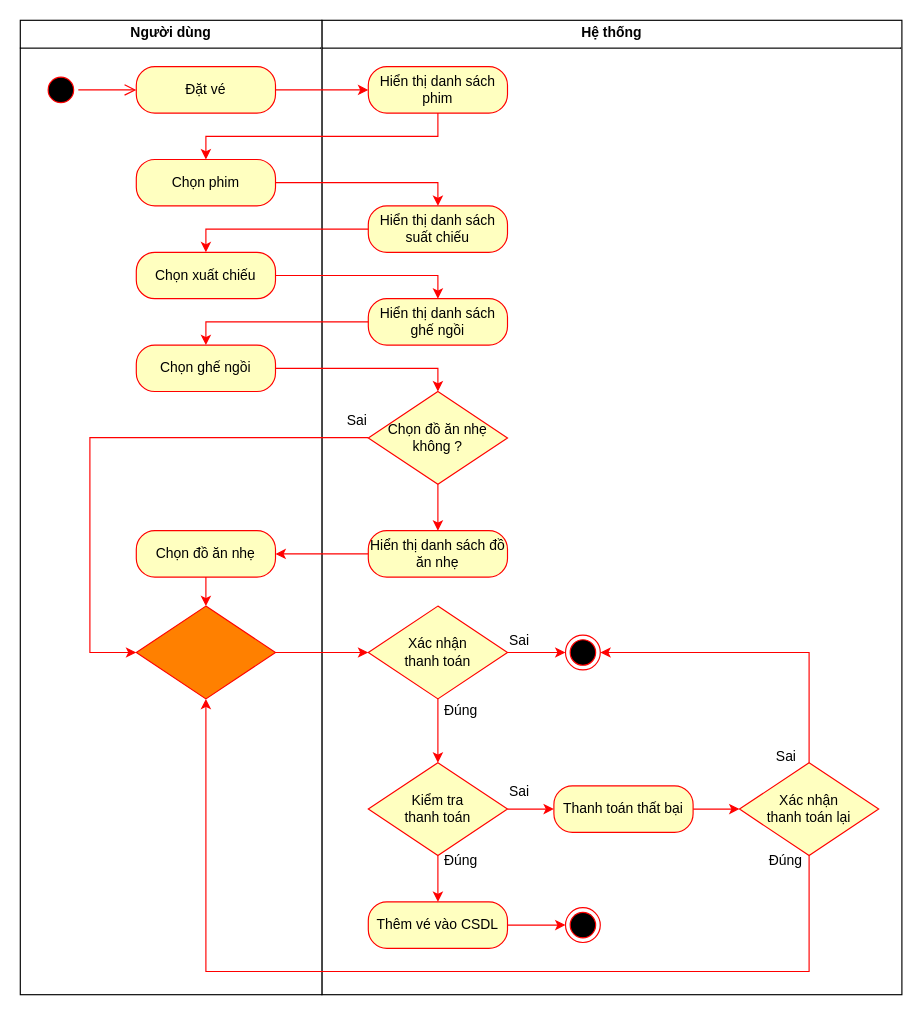
Before: Sơ đồ hoạt động UC đặt vé.drawio in HaojackYT/DAA_SA, a draw.io diagram. Source tidied: cells renumbered, new cells numbered last; positions are measured from the earlier drawing's top-left corner, leaving out a move shared by most shapes. Both pictures are drawn from the tidied source at 116%, with x=0, y=0 at pixel (20, 20).
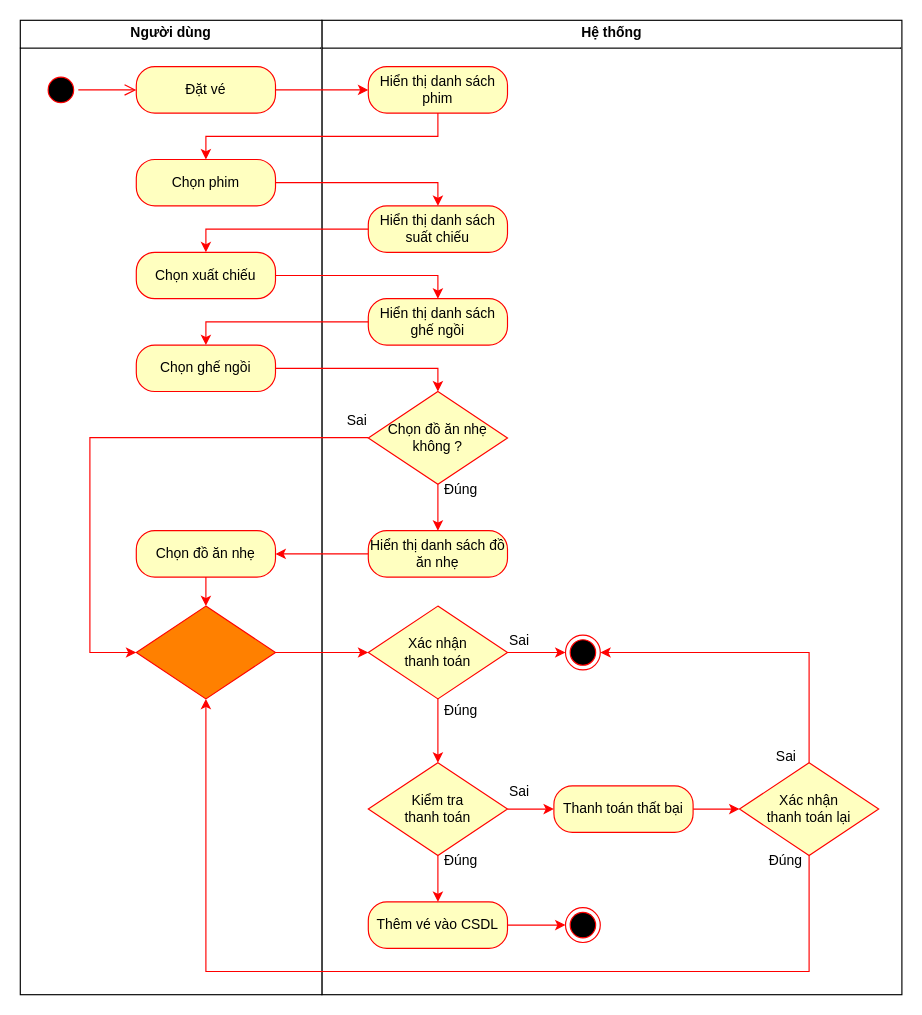
The same diagram, later.

What changed in the source:
```diff
@@
+    <mxCell id="51" value="Đúng" style="text;html=1;align=center;verticalAlign=middle;whiteSpace=wrap;rounded=0;fontFamily=Helvetica;fontSize=12;fontColor=#000000;" parent="1" vertex="1">
+      <mxGeometry x="350" y="390" width="60" height="30" as="geometry" />
+    </mxCell>
```
